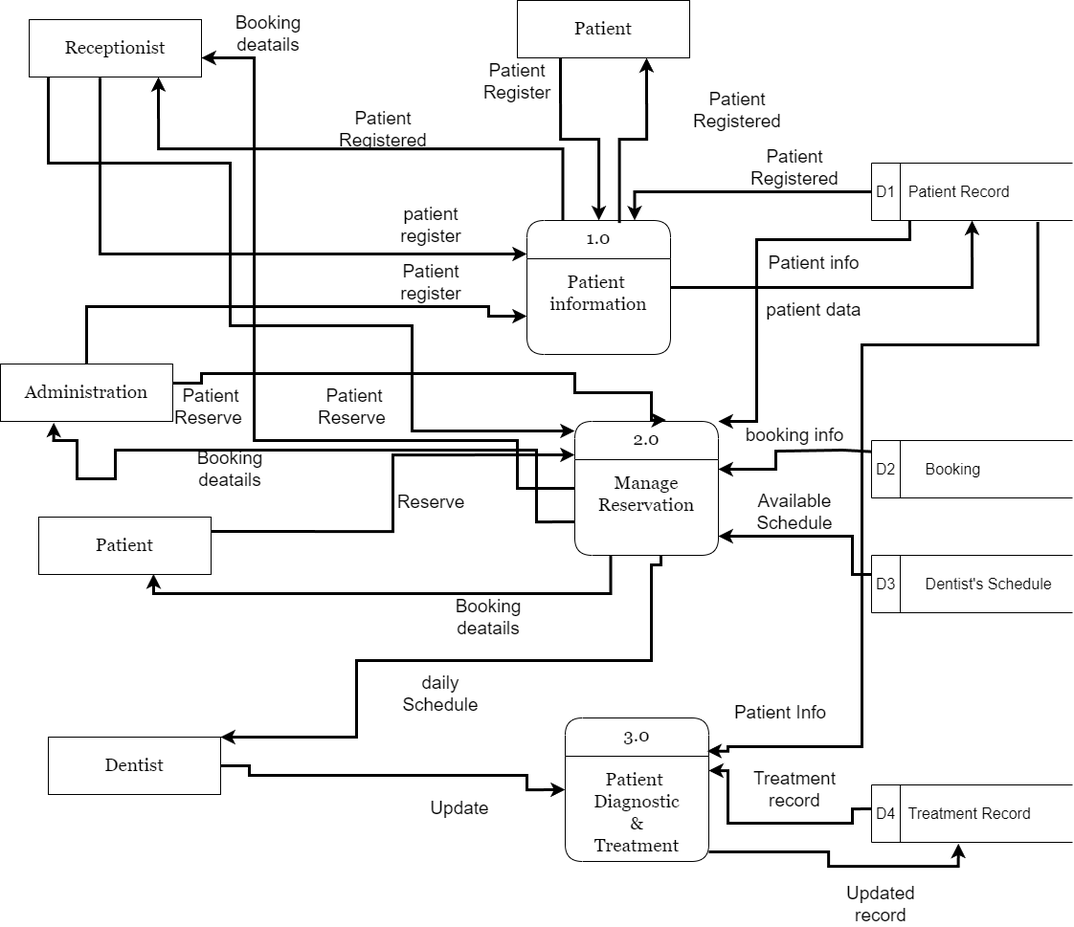
Above: DFD.png in MohamedIsa/Dental-Clinic-System (draw.io), before the change. Source tidied: cells renumbered, new cells last; positions are measured from the earlier drawing's top-left corner, leaving out a move shared by most shapes.
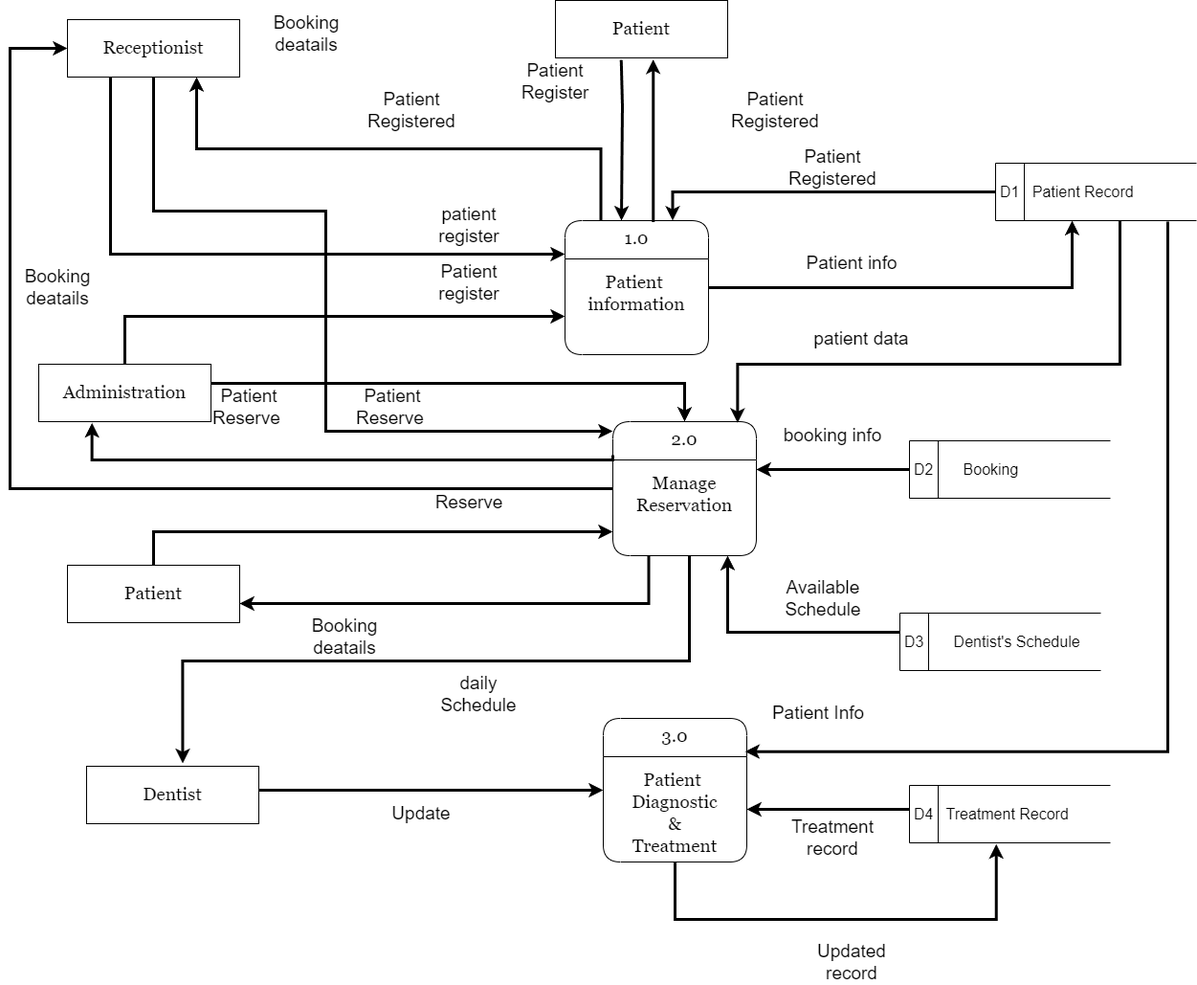
After the commit.

Diff of the diagram source:
```diff
@@ -7,10 +7,15 @@
     </mxCell>
-    <mxCell id="3" style="edgeStyle=orthogonalEdgeStyle;rounded=0;jettySize=auto;html=1;exitX=1;exitY=0.25;exitDx=0;exitDy=0;entryX=0;entryY=0.25;entryDx=0;entryDy=0;strokeWidth=3;" parent="1" edge="1" source="4" target="2">
-      <mxGeometry relative="1" as="geometry" />
+    <mxCell id="3" style="edgeStyle=orthogonalEdgeStyle;rounded=0;jettySize=auto;html=1;exitX=0.5;exitY=0;exitDx=0;exitDy=0;strokeWidth=3;" parent="1" edge="1" source="4">
+      <mxGeometry relative="1" as="geometry">
+        <mxPoint x="600" y="555" as="targetPoint" />
+        <Array as="points">
+          <mxPoint x="120" y="555" />
+        </Array>
+      </mxGeometry>
     </mxCell>
     <mxCell id="4" value="Patient" style="html=1;dashed=0;whiteSpace=wrap;rounded=0;fontSize=19;fontFamily=Georgia;" parent="1" vertex="1">
-      <mxGeometry x="40" y="540" width="180" height="60" as="geometry" />
+      <mxGeometry x="30" y="590" width="180" height="60" as="geometry" />
     </mxCell>
     <mxCell id="5" value="Dentist" style="html=1;dashed=0;whiteSpace=wrap;rounded=0;fontSize=19;fontFamily=Georgia;" parent="1" vertex="1">
-      <mxGeometry x="50" y="770" width="180" height="60" as="geometry" />
+      <mxGeometry x="50" y="800" width="180" height="60" as="geometry" />
     </mxCell>
@@ -20,3 +25,3 @@
     <mxCell id="7" value="&lt;font size=&quot;3&quot;&gt;D1&amp;nbsp; &amp;nbsp;Patient Record&lt;/font&gt;" style="html=1;dashed=0;whiteSpace=wrap;shape=mxgraph.dfd.dataStoreID;align=left;spacingLeft=3;points=[[0,0],[0.5,0],[1,0],[0,0.5],[1,0.5],[0,1],[0.5,1],[1,1]];" parent="1" vertex="1">
-      <mxGeometry x="910" y="170" width="210" height="60" as="geometry" />
+      <mxGeometry x="1000" y="170" width="210" height="60" as="geometry" />
     </mxCell>
@@ -35,3 +40,3 @@
     <mxCell id="12" value="&lt;font size=&quot;3&quot;&gt;D3&amp;nbsp; &amp;nbsp; &amp;nbsp; &amp;nbsp;Dentist's Schedule&lt;br&gt;&lt;/font&gt;" style="html=1;dashed=0;whiteSpace=wrap;shape=mxgraph.dfd.dataStoreID;align=left;spacingLeft=3;points=[[0,0],[0.5,0],[1,0],[0,0.5],[1,0.5],[0,1],[0.5,1],[1,1]];" parent="1" vertex="1">
-      <mxGeometry x="910" y="580" width="210" height="60" as="geometry" />
+      <mxGeometry x="900" y="640" width="210" height="60" as="geometry" />
     </mxCell>
@@ -43,4 +48,8 @@
     </mxCell>
-    <mxCell id="15" style="edgeStyle=orthogonalEdgeStyle;rounded=0;jettySize=auto;html=1;exitX=0.411;exitY=1.011;exitDx=0;exitDy=0;entryX=0;entryY=0.25;entryDx=0;entryDy=0;exitPerimeter=0;strokeWidth=3;" parent="1" edge="1" source="14" target="13">
-      <mxGeometry relative="1" as="geometry" />
+    <mxCell id="15" style="edgeStyle=orthogonalEdgeStyle;rounded=0;jettySize=auto;html=1;entryX=0;entryY=0.25;entryDx=0;entryDy=0;strokeWidth=3;exitX=0.25;exitY=1;exitDx=0;exitDy=0;" parent="1" edge="1" source="14" target="13">
+      <mxGeometry relative="1" as="geometry">
+        <Array as="points">
+          <mxPoint x="75" y="265" />
+        </Array>
+      </mxGeometry>
     </mxCell>
@@ -52,4 +61,10 @@
     </mxCell>
-    <mxCell id="18" style="edgeStyle=orthogonalEdgeStyle;rounded=0;jettySize=auto;html=1;exitX=1;exitY=0.5;exitDx=0;exitDy=0;entryX=0.5;entryY=1;entryDx=0;entryDy=0;strokeWidth=3;" parent="1" edge="1" source="13" target="7">
-      <mxGeometry relative="1" as="geometry" />
+    <mxCell id="18" style="edgeStyle=orthogonalEdgeStyle;rounded=0;jettySize=auto;html=1;exitX=1;exitY=0.5;exitDx=0;exitDy=0;strokeWidth=3;" parent="1" edge="1" source="13">
+      <mxGeometry relative="1" as="geometry">
+        <mxPoint x="1080" y="230" as="targetPoint" />
+        <Array as="points">
+          <mxPoint x="1080" y="300" />
+          <mxPoint x="1080" y="230" />
+        </Array>
+      </mxGeometry>
     </mxCell>
@@ -64,3 +79,3 @@
     </mxCell>
-    <mxCell id="22" style="edgeStyle=orthogonalEdgeStyle;rounded=0;jettySize=auto;html=1;exitX=0.111;exitY=1;exitDx=0;exitDy=0;exitPerimeter=0;strokeWidth=3;" parent="1" edge="1" source="14">
+    <mxCell id="22" style="edgeStyle=orthogonalEdgeStyle;rounded=0;jettySize=auto;html=1;strokeWidth=3;exitX=0.5;exitY=1;exitDx=0;exitDy=0;" parent="1" edge="1" source="14">
       <mxGeometry relative="1" as="geometry">
@@ -68,7 +83,5 @@
         <Array as="points">
-          <mxPoint x="50" y="170" />
-          <mxPoint x="240" y="170" />
-          <mxPoint x="240" y="340" />
-          <mxPoint x="430" y="340" />
-          <mxPoint x="430" y="450" />
+          <mxPoint x="120" y="220" />
+          <mxPoint x="300" y="220" />
+          <mxPoint x="300" y="450" />
         </Array>
@@ -80,3 +93,3 @@
     <mxCell id="24" value="Patient Registered" style="text;html=1;strokeColor=none;fillColor=none;align=center;verticalAlign=middle;whiteSpace=wrap;rounded=0;fontSize=19;" parent="1" vertex="1">
-      <mxGeometry x="340" y="120" width="120" height="30" as="geometry" />
+      <mxGeometry x="330" y="100" width="120" height="30" as="geometry" />
     </mxCell>
@@ -85,5 +98,12 @@
     </mxCell>
-    <mxCell id="26" style="edgeStyle=orthogonalEdgeStyle;rounded=0;jettySize=auto;html=1;exitX=0.25;exitY=1;exitDx=0;exitDy=0;strokeWidth=3;" parent="1" edge="1" source="25" target="13">
-      <mxGeometry relative="1" as="geometry" />
-    </mxCell>
+    <mxCell id="57" style="edgeStyle=orthogonalEdgeStyle;rounded=0;jettySize=auto;html=1;exitX=0.382;exitY=1.035;exitDx=0;exitDy=0;exitPerimeter=0;strokeWidth=3;" parent="1" edge="1" source="25">
+      <mxGeometry relative="1" as="geometry">
+        <mxPoint x="609" y="230" as="targetPoint" />
+        <Array as="points">
+          <mxPoint x="610" y="62" />
+          <mxPoint x="610" y="110" />
+          <mxPoint x="609" y="110" />
+        </Array>
+      </mxGeometry>
+    </mxCell>
     <mxCell id="27" value="Patient Register" style="text;html=1;strokeColor=none;fillColor=none;align=center;verticalAlign=middle;whiteSpace=wrap;rounded=0;fontSize=19;" parent="1" vertex="1">
@@ -91,5 +111,2 @@
     </mxCell>
-    <mxCell id="28" style="edgeStyle=orthogonalEdgeStyle;rounded=0;jettySize=auto;html=1;entryX=0.75;entryY=1;entryDx=0;entryDy=0;exitX=0.644;exitY=0.019;exitDx=0;exitDy=0;exitPerimeter=0;strokeWidth=3;" parent="1" edge="1" source="13" target="25">
-      <mxGeometry relative="1" as="geometry" />
-    </mxCell>
     <mxCell id="29" value="Patient Registered" style="text;html=1;strokeColor=none;fillColor=none;align=center;verticalAlign=middle;whiteSpace=wrap;rounded=0;fontSize=19;" parent="1" vertex="1">
@@ -97,8 +114,9 @@
     </mxCell>
-    <mxCell id="30" style="edgeStyle=orthogonalEdgeStyle;rounded=0;jettySize=auto;html=1;entryX=1;entryY=0;entryDx=0;entryDy=0;strokeWidth=3;exitX=0.19;exitY=1;exitDx=0;exitDy=0;exitPerimeter=0;" parent="1" edge="1" source="7" target="2">
+    <mxCell id="30" style="edgeStyle=orthogonalEdgeStyle;rounded=0;jettySize=auto;html=1;entryX=0.869;entryY=0.009;entryDx=0;entryDy=0;strokeWidth=3;entryPerimeter=0;" parent="1" edge="1" target="2">
       <mxGeometry relative="1" as="geometry">
+        <mxPoint x="1130" y="230" as="sourcePoint" />
         <Array as="points">
-          <mxPoint x="950" y="250" />
-          <mxPoint x="790" y="250" />
-          <mxPoint x="790" y="440" />
+          <mxPoint x="1130" y="230" />
+          <mxPoint x="1130" y="380" />
+          <mxPoint x="730" y="380" />
         </Array>
@@ -107,3 +125,3 @@
     <mxCell id="31" value="patient data&lt;div style=&quot;font-size: 19px;&quot;&gt;&lt;br style=&quot;font-size: 19px;&quot;&gt;&lt;/div&gt;" style="text;html=1;strokeColor=none;fillColor=none;align=center;verticalAlign=middle;whiteSpace=wrap;rounded=0;fontSize=19;" parent="1" vertex="1">
-      <mxGeometry x="790" y="320" width="120" height="30" as="geometry" />
+      <mxGeometry x="800" y="350" width="120" height="30" as="geometry" />
     </mxCell>
@@ -112,7 +130,7 @@
     </mxCell>
-    <mxCell id="33" style="edgeStyle=orthogonalEdgeStyle;rounded=0;jettySize=auto;html=1;entryX=0.666;entryY=0.992;entryDx=0;entryDy=0;exitX=0.25;exitY=1;exitDx=0;exitDy=0;strokeWidth=3;entryPerimeter=0;" parent="1" edge="1" source="2" target="4">
+    <mxCell id="33" style="edgeStyle=orthogonalEdgeStyle;rounded=0;jettySize=auto;html=1;exitX=0.25;exitY=1;exitDx=0;exitDy=0;strokeWidth=3;" parent="1" edge="1" source="2">
       <mxGeometry relative="1" as="geometry">
+        <mxPoint x="210" y="630" as="targetPoint" />
         <Array as="points">
-          <mxPoint x="638" y="620" />
-          <mxPoint x="160" y="620" />
+          <mxPoint x="637" y="630" />
         </Array>
@@ -121,11 +139,9 @@
     <mxCell id="34" value="Booking deatails" style="text;html=1;strokeColor=none;fillColor=none;align=center;verticalAlign=middle;whiteSpace=wrap;rounded=0;fontSize=19;" parent="1" vertex="1">
-      <mxGeometry x="450" y="630" width="120" height="30" as="geometry" />
+      <mxGeometry x="260" y="650" width="120" height="30" as="geometry" />
     </mxCell>
-    <mxCell id="35" style="edgeStyle=orthogonalEdgeStyle;rounded=0;jettySize=auto;html=1;exitX=0;exitY=0.5;exitDx=0;exitDy=0;strokeWidth=3;" parent="1" edge="1" source="2">
+    <mxCell id="35" style="edgeStyle=orthogonalEdgeStyle;rounded=0;jettySize=auto;html=1;exitX=0;exitY=0.5;exitDx=0;exitDy=0;strokeWidth=3;entryX=0;entryY=0.5;entryDx=0;entryDy=0;" parent="1" edge="1" source="2" target="14">
       <mxGeometry relative="1" as="geometry">
-        <mxPoint x="210" y="60" as="targetPoint" />
         <Array as="points">
-          <mxPoint x="540" y="510" />
-          <mxPoint x="540" y="460" />
-          <mxPoint x="265" y="460" />
+          <mxPoint x="-30" y="510" />
+          <mxPoint x="-30" y="50" />
         </Array>
@@ -136,11 +152,8 @@
     </mxCell>
-    <mxCell id="37" style="edgeStyle=orthogonalEdgeStyle;rounded=0;jettySize=auto;html=1;entryX=1;entryY=0.5;entryDx=0;entryDy=0;exitX=-0.001;exitY=0.194;exitDx=0;exitDy=0;strokeWidth=3;exitPerimeter=0;" parent="1" edge="1" source="9">
+    <mxCell id="37" style="edgeStyle=orthogonalEdgeStyle;rounded=0;orthogonalLoop=1;jettySize=auto;html=1;entryX=1;entryY=0.5;entryDx=0;entryDy=0;strokeWidth=3;" parent="1" edge="1">
       <mxGeometry relative="1" as="geometry">
+        <mxPoint x="910" y="490" as="sourcePoint" />
         <mxPoint x="750" y="490" as="targetPoint" />
         <Array as="points">
-          <mxPoint x="910" y="470" />
-          <mxPoint x="880" y="470" />
-          <mxPoint x="880" y="471" />
-          <mxPoint x="810" y="471" />
-          <mxPoint x="810" y="490" />
+          <mxPoint x="910" y="490" />
         </Array>
@@ -148,8 +161,8 @@
     </mxCell>
-    <mxCell id="38" style="edgeStyle=orthogonalEdgeStyle;rounded=0;jettySize=auto;html=1;entryX=1;entryY=0.5;entryDx=0;entryDy=0;exitX=0;exitY=0.333;exitDx=0;exitDy=0;exitPerimeter=0;strokeWidth=3;" parent="1" edge="1" source="12">
+    <mxCell id="38" style="edgeStyle=orthogonalEdgeStyle;rounded=0;jettySize=auto;html=1;exitX=0;exitY=0.333;exitDx=0;exitDy=0;exitPerimeter=0;strokeWidth=3;" parent="1" edge="1" source="12">
       <mxGeometry relative="1" as="geometry">
-        <mxPoint x="750" y="560" as="targetPoint" />
+        <mxPoint x="720" y="580" as="targetPoint" />
         <Array as="points">
-          <mxPoint x="890" y="600" />
-          <mxPoint x="890" y="560" />
+          <mxPoint x="720" y="660" />
+          <mxPoint x="720" y="590" />
         </Array>
@@ -158,13 +171,10 @@
     <mxCell id="39" value="Available Schedule" style="text;html=1;strokeColor=none;fillColor=none;align=center;verticalAlign=middle;whiteSpace=wrap;rounded=0;fontSize=19;" parent="1" vertex="1">
-      <mxGeometry x="770" y="520" width="120" height="30" as="geometry" />
+      <mxGeometry x="760" y="610" width="120" height="30" as="geometry" />
     </mxCell>
-    <mxCell id="40" style="edgeStyle=orthogonalEdgeStyle;rounded=0;jettySize=auto;html=1;entryX=1;entryY=0;entryDx=0;entryDy=0;strokeWidth=3;" parent="1" edge="1" target="5">
+    <mxCell id="40" style="edgeStyle=orthogonalEdgeStyle;rounded=0;jettySize=auto;html=1;strokeWidth=3;entryX=0.558;entryY=-0.051;entryDx=0;entryDy=0;entryPerimeter=0;" parent="1" edge="1" target="5">
       <mxGeometry relative="1" as="geometry">
-        <mxPoint x="690" y="580" as="sourcePoint" />
+        <mxPoint x="680" y="580" as="sourcePoint" />
         <Array as="points">
-          <mxPoint x="690" y="590" />
-          <mxPoint x="680" y="590" />
           <mxPoint x="680" y="690" />
-          <mxPoint x="372" y="690" />
-          <mxPoint x="372" y="770" />
+          <mxPoint x="150" y="690" />
         </Array>
@@ -173,12 +183,9 @@
     <mxCell id="41" value="Updated record" style="text;html=1;strokeColor=none;fillColor=none;align=center;verticalAlign=middle;whiteSpace=wrap;rounded=0;fontSize=19;" parent="1" vertex="1">
-      <mxGeometry x="860" y="930" width="120" height="30" as="geometry" />
+      <mxGeometry x="790" y="990" width="120" height="30" as="geometry" />
     </mxCell>
-    <mxCell id="42" style="edgeStyle=orthogonalEdgeStyle;rounded=0;jettySize=auto;html=1;exitX=0.827;exitY=1.024;exitDx=0;exitDy=0;exitPerimeter=0;entryX=-0.597;entryY=1.117;entryDx=0;entryDy=0;entryPerimeter=0;strokeWidth=3;" parent="1" edge="1" source="7" target="6">
+    <mxCell id="42" style="edgeStyle=orthogonalEdgeStyle;rounded=0;jettySize=auto;html=1;entryX=-0.597;entryY=1.117;entryDx=0;entryDy=0;entryPerimeter=0;strokeWidth=3;" parent="1" edge="1" target="6">
       <mxGeometry relative="1" as="geometry">
+        <mxPoint x="1180" y="231" as="sourcePoint" />
         <Array as="points">
-          <mxPoint x="1084" y="360" />
-          <mxPoint x="900" y="360" />
-          <mxPoint x="900" y="780" />
-          <mxPoint x="760" y="780" />
-          <mxPoint x="760" y="785" />
+          <mxPoint x="1180" y="785" />
         </Array>
@@ -189,9 +196,7 @@
     </mxCell>
-    <mxCell id="44" style="edgeStyle=orthogonalEdgeStyle;rounded=0;jettySize=auto;html=1;exitX=1;exitY=0.5;exitDx=0;exitDy=0;entryX=0;entryY=0.5;entryDx=0;entryDy=0;strokeWidth=3;" parent="1" edge="1" source="5" target="11">
+    <mxCell id="44" style="edgeStyle=orthogonalEdgeStyle;rounded=0;jettySize=auto;html=1;entryX=0;entryY=0.5;entryDx=0;entryDy=0;strokeWidth=3;" parent="1" edge="1" target="11">
       <mxGeometry relative="1" as="geometry">
+        <mxPoint x="230" y="825" as="sourcePoint" />
         <Array as="points">
-          <mxPoint x="260" y="800" />
-          <mxPoint x="260" y="810" />
-          <mxPoint x="550" y="810" />
-          <mxPoint x="550" y="825" />
+          <mxPoint x="230" y="825" />
         </Array>
@@ -202,9 +207,7 @@
     </mxCell>
-    <mxCell id="46" style="edgeStyle=orthogonalEdgeStyle;rounded=0;jettySize=auto;html=1;entryX=0.432;entryY=1.022;entryDx=0;entryDy=0;strokeWidth=3;entryPerimeter=0;" parent="1" edge="1" target="8">
+    <mxCell id="46" style="edgeStyle=orthogonalEdgeStyle;rounded=0;jettySize=auto;html=1;entryX=0.432;entryY=1.022;entryDx=0;entryDy=0;strokeWidth=3;entryPerimeter=0;exitX=0.5;exitY=1;exitDx=0;exitDy=0;" parent="1" edge="1" source="11" target="8">
       <mxGeometry relative="1" as="geometry">
-        <mxPoint x="740" y="890" as="sourcePoint" />
         <Array as="points">
-          <mxPoint x="865" y="890" />
-          <mxPoint x="865" y="905" />
-          <mxPoint x="1001" y="905" />
+          <mxPoint x="665" y="960" />
+          <mxPoint x="1001" y="960" />
         </Array>
@@ -213,3 +216,3 @@
     <mxCell id="47" value="Update" style="text;html=1;strokeColor=none;fillColor=none;align=center;verticalAlign=middle;whiteSpace=wrap;rounded=0;fontSize=19;" parent="1" vertex="1">
-      <mxGeometry x="420" y="830" width="120" height="30" as="geometry" />
+      <mxGeometry x="340" y="835" width="120" height="30" as="geometry" />
     </mxCell>
@@ -218,8 +221,6 @@
         <mxPoint x="910" y="845" as="sourcePoint" />
-        <mxPoint x="740" y="805" as="targetPoint" />
+        <mxPoint x="740" y="845" as="targetPoint" />
         <Array as="points">
-          <mxPoint x="890" y="845" />
-          <mxPoint x="890" y="860" />
-          <mxPoint x="760" y="860" />
-          <mxPoint x="760" y="805" />
+          <mxPoint x="750" y="845" />
+          <mxPoint x="750" y="845" />
         </Array>
@@ -228,3 +229,3 @@
     <mxCell id="49" value="Treatment record" style="text;html=1;strokeColor=none;fillColor=none;align=center;verticalAlign=middle;whiteSpace=wrap;rounded=0;fontSize=19;" parent="1" vertex="1">
-      <mxGeometry x="770" y="810" width="120" height="30" as="geometry" />
+      <mxGeometry x="770" y="860" width="120" height="30" as="geometry" />
     </mxCell>
@@ -237,5 +238,3 @@
         <Array as="points">
-          <mxPoint x="90" y="320" />
-          <mxPoint x="510" y="320" />
-          <mxPoint x="510" y="330" />
+          <mxPoint x="90" y="330" />
         </Array>
@@ -246,3 +245,3 @@
     </mxCell>
-    <mxCell id="53" style="edgeStyle=orthogonalEdgeStyle;rounded=0;jettySize=auto;html=1;entryX=0.636;entryY=-0.01;entryDx=0;entryDy=0;entryPerimeter=0;strokeWidth=3;" parent="1" edge="1" target="2">
+    <mxCell id="53" style="edgeStyle=orthogonalEdgeStyle;rounded=0;jettySize=auto;html=1;strokeWidth=3;entryX=0.5;entryY=0;entryDx=0;entryDy=0;" parent="1" edge="1" target="2">
       <mxGeometry relative="1" as="geometry">
@@ -250,7 +249,3 @@
         <Array as="points">
-          <mxPoint x="210" y="390" />
-          <mxPoint x="600" y="390" />
-          <mxPoint x="600" y="410" />
-          <mxPoint x="680" y="410" />
-          <mxPoint x="680" y="439" />
+          <mxPoint x="675" y="400" />
         </Array>
@@ -261,12 +256,7 @@
     </mxCell>
-    <mxCell id="55" style="edgeStyle=orthogonalEdgeStyle;rounded=0;jettySize=auto;html=1;exitX=0;exitY=0.75;exitDx=0;exitDy=0;strokeWidth=3;entryX=0.309;entryY=1.022;entryDx=0;entryDy=0;entryPerimeter=0;" parent="1" edge="1" source="2" target="50">
+    <mxCell id="55" style="edgeStyle=orthogonalEdgeStyle;rounded=0;jettySize=auto;html=1;strokeWidth=3;entryX=0.309;entryY=1.022;entryDx=0;entryDy=0;entryPerimeter=0;exitX=0;exitY=0.25;exitDx=0;exitDy=0;" parent="1" edge="1" source="2" target="50">
       <mxGeometry relative="1" as="geometry">
         <Array as="points">
-          <mxPoint x="560" y="545" />
-          <mxPoint x="560" y="470" />
-          <mxPoint x="120" y="470" />
-          <mxPoint x="120" y="500" />
-          <mxPoint x="80" y="500" />
-          <mxPoint x="80" y="460" />
-          <mxPoint x="56" y="460" />
+          <mxPoint x="600" y="480" />
+          <mxPoint x="56" y="480" />
         </Array>
@@ -275,4 +265,7 @@
     <mxCell id="56" value="Booking deatails" style="text;html=1;strokeColor=none;fillColor=none;align=center;verticalAlign=middle;whiteSpace=wrap;rounded=0;fontSize=19;" parent="1" vertex="1">
-      <mxGeometry x="180" y="475" width="120" height="30" as="geometry" />
+      <mxGeometry x="-40" y="285" width="120" height="30" as="geometry" />
     </mxCell>
+    <mxCell id="28" style="edgeStyle=orthogonalEdgeStyle;rounded=0;jettySize=auto;html=1;strokeWidth=3;exitX=0.615;exitY=0.011;exitDx=0;exitDy=0;exitPerimeter=0;entryX=0.568;entryY=1.026;entryDx=0;entryDy=0;entryPerimeter=0;" parent="1" edge="1" source="13" target="25">
+      <mxGeometry relative="1" as="geometry" />
+    </mxCell>
   </root>
```
